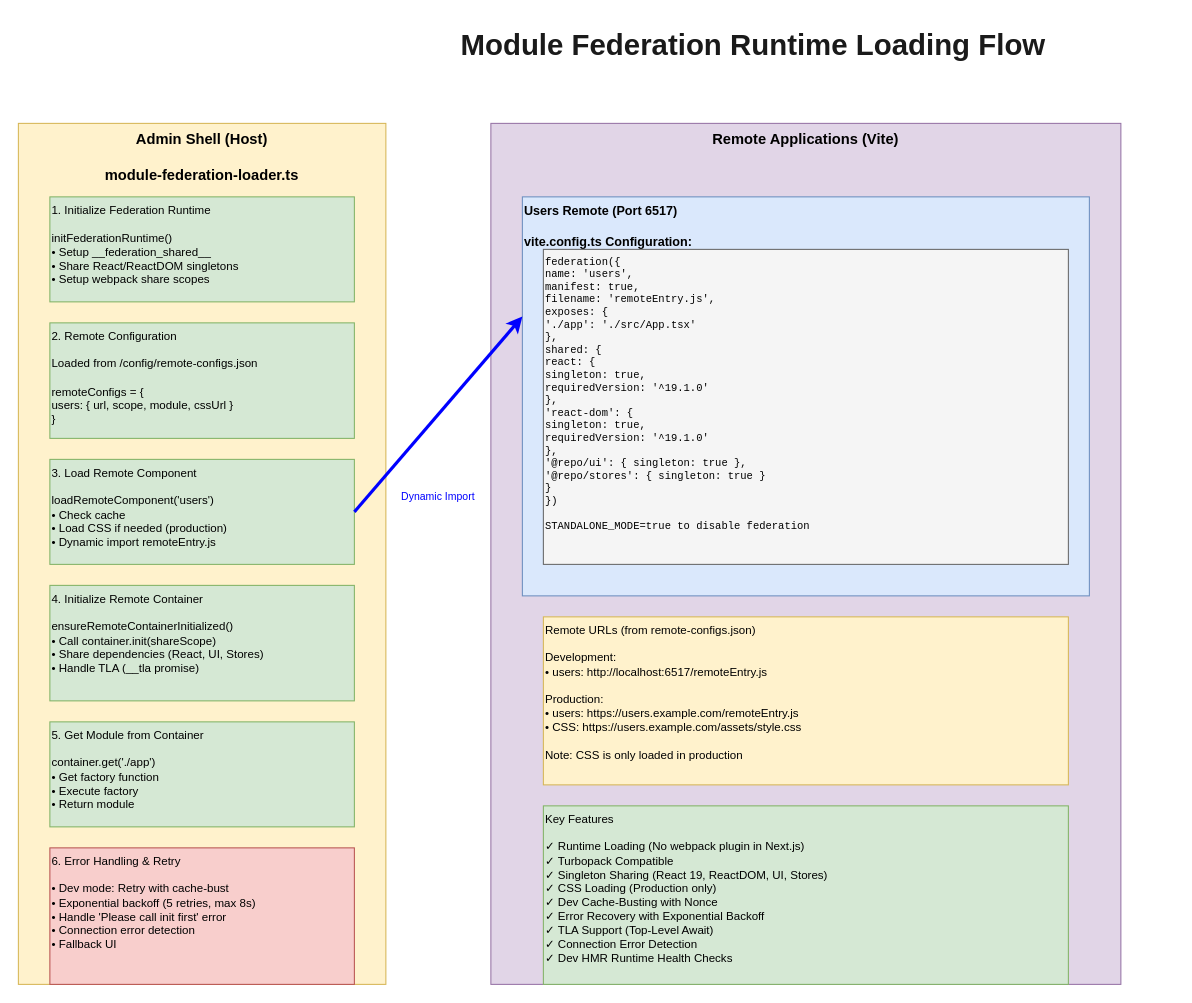
pmann2110/mfe-template keeps this draw.io diagram as page "2. Module Federation Flow" (2 of 4) of docs/MFE.drawio.xml. Above is the earlier version. Source tidied: cells renumbered, new cells numbered last; positions are measured from the earlier drawing's top-left corner, leaving out a move shared by most shapes. Both pictures are drawn from the tidied source at 105%, with x=0, y=0 at pixel (18, 18).
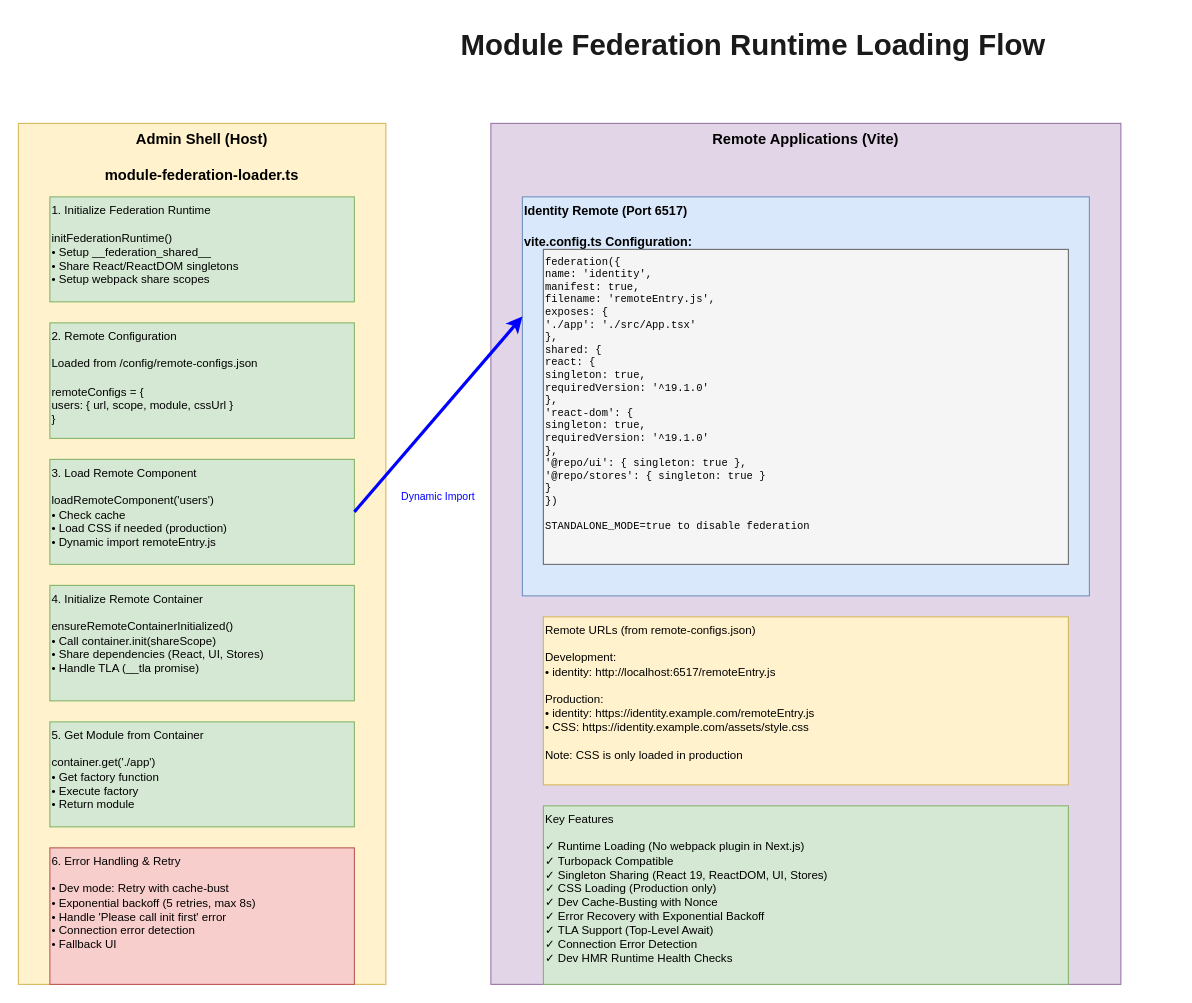
After the change.

The edit, as a diff of the source:
```diff
@@
 <mxGraphModel background="#ffffff">
   <root>
     <mxCell id="0" />
     <mxCell id="1" parent="0" />
     <mxCell id="2" value="Module Federation Runtime Loading Flow" style="text;html=1;strokeColor=none;fillColor=none;align=center;verticalAlign=middle;whiteSpace=wrap;rounded=0;fontSize=28;fontStyle=1;fontColor=#1a1a1a;" parent="1" vertex="1">
       <mxGeometry x="300" width="800" height="50" as="geometry" />
     </mxCell>
     <mxCell id="3" value="Admin Shell (Host)&#10;&#10;module-federation-loader.ts" style="rounded=0;whiteSpace=wrap;html=1;fillColor=#fff2cc;strokeColor=#d6b656;fontSize=14;fontStyle=1;verticalAlign=top;" parent="1" vertex="1">
       <mxGeometry y="100" width="350" height="820" as="geometry" />
     </mxCell>
     <mxCell id="4" value="1. Initialize Federation Runtime&#10;&#10;initFederationRuntime()&#10;• Setup __federation_shared__&#10;• Share React/ReactDOM singletons&#10;• Setup webpack share scopes" style="rounded=0;whiteSpace=wrap;html=1;fillColor=#d5e8d4;strokeColor=#82b366;fontSize=11;align=left;verticalAlign=top;" parent="1" vertex="1">
       <mxGeometry x="30" y="170" width="290" height="100" as="geometry" />
     </mxCell>
     <mxCell id="5" value="2. Remote Configuration&#10;&#10;Loaded from /config/remote-configs.json&#10;&#10;remoteConfigs = {&#10;  users: { url, scope, module, cssUrl }&#10;}" style="rounded=0;whiteSpace=wrap;html=1;fillColor=#d5e8d4;strokeColor=#82b366;fontSize=11;align=left;verticalAlign=top;" parent="1" vertex="1">
       <mxGeometry x="30" y="290" width="290" height="110" as="geometry" />
     </mxCell>
     <mxCell id="6" value="3. Load Remote Component&#10;&#10;loadRemoteComponent('users')&#10;• Check cache&#10;• Load CSS if needed (production)&#10;• Dynamic import remoteEntry.js" style="rounded=0;whiteSpace=wrap;html=1;fillColor=#d5e8d4;strokeColor=#82b366;fontSize=11;align=left;verticalAlign=top;" parent="1" vertex="1">
       <mxGeometry x="30" y="420" width="290" height="100" as="geometry" />
     </mxCell>
     <mxCell id="7" value="4. Initialize Remote Container&#10;&#10;ensureRemoteContainerInitialized()&#10;• Call container.init(shareScope)&#10;• Share dependencies (React, UI, Stores)&#10;• Handle TLA (__tla promise)" style="rounded=0;whiteSpace=wrap;html=1;fillColor=#d5e8d4;strokeColor=#82b366;fontSize=11;align=left;verticalAlign=top;" parent="1" vertex="1">
       <mxGeometry x="30" y="540" width="290" height="110" as="geometry" />
     </mxCell>
     <mxCell id="8" value="5. Get Module from Container&#10;&#10;container.get('./app')&#10;• Get factory function&#10;• Execute factory&#10;• Return module" style="rounded=0;whiteSpace=wrap;html=1;fillColor=#d5e8d4;strokeColor=#82b366;fontSize=11;align=left;verticalAlign=top;" parent="1" vertex="1">
       <mxGeometry x="30" y="670" width="290" height="100" as="geometry" />
     </mxCell>
     <mxCell id="9" value="6. Error Handling &amp; Retry&#10;&#10;• Dev mode: Retry with cache-bust&#10;• Exponential backoff (5 retries, max 8s)&#10;• Handle 'Please call init first' error&#10;• Connection error detection&#10;• Fallback UI" style="rounded=0;whiteSpace=wrap;html=1;fillColor=#f8cecc;strokeColor=#b85450;fontSize=11;align=left;verticalAlign=top;" parent="1" vertex="1">
       <mxGeometry x="30" y="790" width="290" height="130" as="geometry" />
     </mxCell>
     <mxCell id="10" value="Remote Applications (Vite)" style="rounded=0;whiteSpace=wrap;html=1;fillColor=#e1d5e7;strokeColor=#9673a6;fontSize=14;fontStyle=1;verticalAlign=top;" parent="1" vertex="1">
       <mxGeometry x="450" y="100" width="600" height="820" as="geometry" />
     </mxCell>
-    <mxCell id="11" value="Users Remote (Port 6517)&#10;&#10;vite.config.ts Configuration:" style="rounded=0;whiteSpace=wrap;html=1;fillColor=#dae8fc;strokeColor=#6c8ebf;fontSize=12;fontStyle=1;verticalAlign=top;align=left;" parent="1" vertex="1">
-      <mxGeometry x="480" y="170" width="540" height="380" as="geometry" />
-    </mxCell>
-    <mxCell id="12" value="federation({&#10;  name: 'users',&#10;  manifest: true,&#10;  filename: 'remoteEntry.js',&#10;  exposes: {&#10;    './app': './src/App.tsx'&#10;  },&#10;  shared: {&#10;    react: {&#10;      singleton: true,&#10;      requiredVersion: '^19.1.0'&#10;    },&#10;    'react-dom': {&#10;      singleton: true,&#10;      requiredVersion: '^19.1.0'&#10;    },&#10;    '@repo/ui': { singleton: true },&#10;    '@repo/stores': { singleton: true }&#10;  }&#10;})&#10;&#10;STANDALONE_MODE=true to disable federation" style="rounded=0;whiteSpace=wrap;html=1;fillColor=#f5f5f5;strokeColor=#666666;fontSize=10;align=left;verticalAlign=top;fontFamily=Courier New;" parent="1" vertex="1">
-      <mxGeometry x="500" y="220" width="500" height="300" as="geometry" />
-    </mxCell>
+    <mxCell id="17" value="Identity Remote (Port 6517)&#10;&#10;vite.config.ts Configuration:" style="rounded=0;whiteSpace=wrap;html=1;fillColor=#dae8fc;strokeColor=#6c8ebf;fontSize=12;fontStyle=1;verticalAlign=top;align=left;" parent="1" vertex="1">
+      <mxGeometry x="480" y="170" width="540" height="380" as="geometry" />
+    </mxCell>
+    <mxCell id="18" value="federation({&#10;  name: 'identity',&#10;  manifest: true,&#10;  filename: 'remoteEntry.js',&#10;  exposes: {&#10;    './app': './src/App.tsx'&#10;  },&#10;  shared: {&#10;    react: {&#10;      singleton: true,&#10;      requiredVersion: '^19.1.0'&#10;    },&#10;    'react-dom': {&#10;      singleton: true,&#10;      requiredVersion: '^19.1.0'&#10;    },&#10;    '@repo/ui': { singleton: true },&#10;    '@repo/stores': { singleton: true }&#10;  }&#10;})&#10;&#10;STANDALONE_MODE=true to disable federation" style="rounded=0;whiteSpace=wrap;html=1;fillColor=#f5f5f5;strokeColor=#666666;fontSize=10;align=left;verticalAlign=top;fontFamily=Courier New;" parent="1" vertex="1">
+      <mxGeometry x="500" y="220" width="500" height="300" as="geometry" />
+    </mxCell>
-    <mxCell id="13" value="Remote URLs (from remote-configs.json)&#10;&#10;Development:&#10;• users: http://localhost:6517/remoteEntry.js&#10;&#10;Production:&#10;• users: https://users.example.com/remoteEntry.js&#10;• CSS: https://users.example.com/assets/style.css&#10;&#10;Note: CSS is only loaded in production" style="rounded=0;whiteSpace=wrap;html=1;fillColor=#fff2cc;strokeColor=#d6b656;fontSize=11;align=left;verticalAlign=top;" parent="1" vertex="1">
+    <mxCell id="13" value="Remote URLs (from remote-configs.json)&#10;&#10;Development:&#10;• identity: http://localhost:6517/remoteEntry.js&#10;&#10;Production:&#10;• identity: https://identity.example.com/remoteEntry.js&#10;• CSS: https://identity.example.com/assets/style.css&#10;&#10;Note: CSS is only loaded in production" style="rounded=0;whiteSpace=wrap;html=1;fillColor=#fff2cc;strokeColor=#d6b656;fontSize=11;align=left;verticalAlign=top;" parent="1" vertex="1">
       <mxGeometry x="500" y="570" width="500" height="160" as="geometry" />
     </mxCell>
     <mxCell id="14" value="Key Features&#10;&#10;✓ Runtime Loading (No webpack plugin in Next.js)&#10;✓ Turbopack Compatible&#10;✓ Singleton Sharing (React 19, ReactDOM, UI, Stores)&#10;✓ CSS Loading (Production only)&#10;✓ Dev Cache-Busting with Nonce&#10;✓ Error Recovery with Exponential Backoff&#10;✓ TLA Support (Top-Level Await)&#10;✓ Connection Error Detection&#10;✓ Dev HMR Runtime Health Checks" style="rounded=0;whiteSpace=wrap;html=1;fillColor=#d5e8d4;strokeColor=#82b366;fontSize=11;align=left;verticalAlign=top;" parent="1" vertex="1">
       <mxGeometry x="500" y="750" width="500" height="170" as="geometry" />
     </mxCell>
-    <mxCell id="15" style="endArrow=classic;html=1;rounded=0;strokeWidth=3;strokeColor=#0000FF;exitX=1;exitY=0.5;exitDx=0;exitDy=0;entryX=0;entryY=0.3;entryDx=0;entryDy=0;" parent="1" edge="1" source="6" target="11">
+    <mxCell id="15" style="endArrow=classic;html=1;rounded=0;strokeWidth=3;strokeColor=#0000FF;exitX=1;exitY=0.5;exitDx=0;exitDy=0;entryX=0;entryY=0.3;entryDx=0;entryDy=0;" parent="1" edge="1" source="6" target="17">
       <mxGeometry relative="1" as="geometry" />
     </mxCell>
     <mxCell id="16" value="Dynamic Import" style="text;html=1;strokeColor=none;fillColor=none;align=center;verticalAlign=middle;whiteSpace=wrap;rounded=0;fontSize=10;fontColor=#0000FF;" parent="1" vertex="1">
       <mxGeometry x="350" y="440" width="100" height="30" as="geometry" />
     </mxCell>
   </root>
 </mxGraphModel>
```
